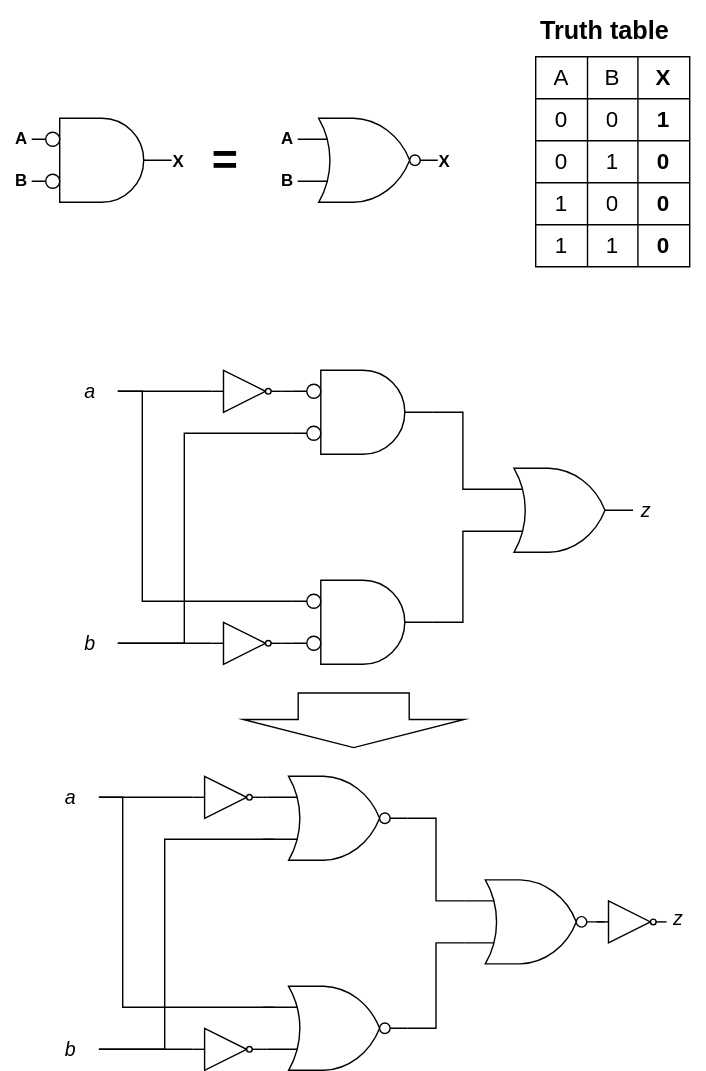
Earlier version of the draw.io export assets/images/2024-03-04-logic-design-2020-1-1d-sol.drawio.svg (hvppycoding/hvppycoding.github.io). Source tidied: cells renumbered, new cells last; positions are measured from the earlier drawing's top-left corner, leaving out a move shared by most shapes.
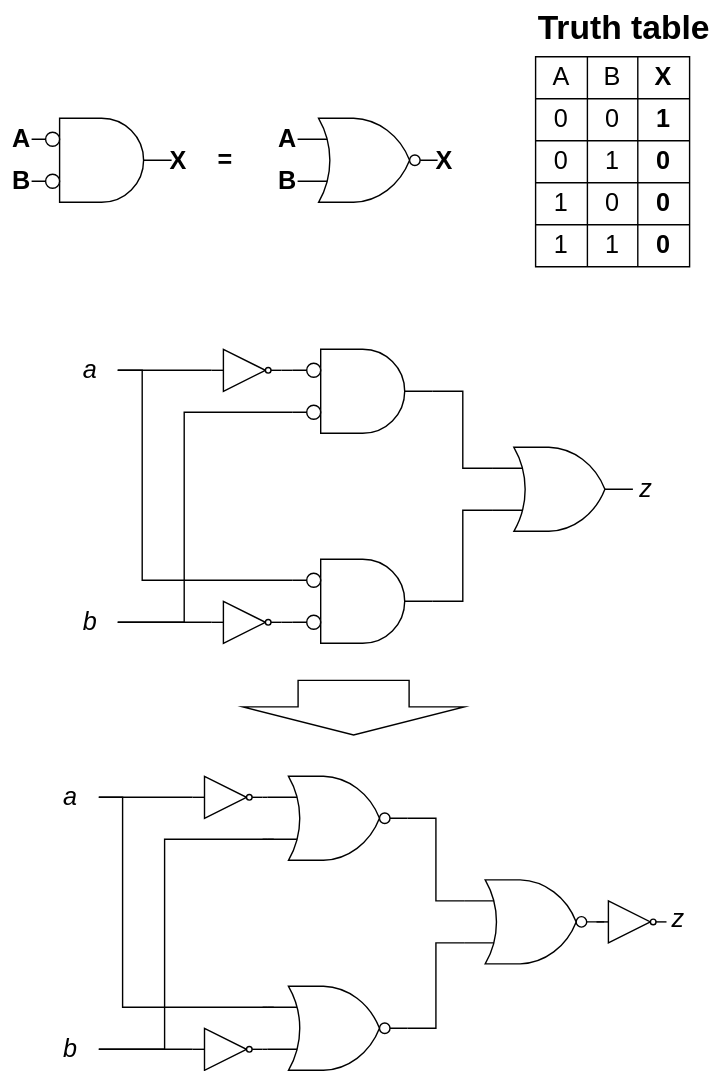
After the change.

What changed in the source:
```diff
@@ -11,3 +11,3 @@
     <mxCell id="4" style="verticalLabelPosition=bottom;shadow=0;dashed=0;align=center;html=1;verticalAlign=top;shape=mxgraph.electrical.logic_gates.logic_gate;operation=and;" parent="1" vertex="1">
-      <mxGeometry x="208.5" y="264" width="100" height="60" as="geometry" />
+      <mxGeometry x="208.5" y="249" width="100" height="60" as="geometry" />
     </mxCell>
@@ -17,6 +17,6 @@
     <mxCell id="6" style="verticalLabelPosition=bottom;shadow=0;dashed=0;align=center;html=1;verticalAlign=top;shape=mxgraph.electrical.logic_gates.logic_gate;operation=and;" parent="1" vertex="1">
-      <mxGeometry x="208.5" y="414" width="100" height="60" as="geometry" />
+      <mxGeometry x="208.5" y="399" width="100" height="60" as="geometry" />
     </mxCell>
     <mxCell id="7" style="verticalLabelPosition=bottom;shadow=0;dashed=0;align=center;html=1;verticalAlign=top;shape=mxgraph.electrical.logic_gates.logic_gate;operation=or;" parent="1" vertex="1">
-      <mxGeometry x="351.5" y="334" width="100" height="60" as="geometry" />
+      <mxGeometry x="351.5" y="319" width="100" height="60" as="geometry" />
     </mxCell>
@@ -28,4 +28,4 @@
         <Array as="points">
-          <mxPoint x="101" y="429" />
-          <mxPoint x="101" y="279" />
+          <mxPoint x="101" y="414" />
+          <mxPoint x="101" y="264" />
         </Array>
@@ -36,4 +36,4 @@
         <Array as="points">
-          <mxPoint x="131" y="309" />
-          <mxPoint x="131" y="459" />
+          <mxPoint x="131" y="294" />
+          <mxPoint x="131" y="444" />
         </Array>
@@ -41,33 +41,33 @@
     </mxCell>
-    <mxCell id="11" value="a" style="text;html=1;align=center;verticalAlign=middle;whiteSpace=wrap;rounded=0;fontSize=14;fontStyle=2;" parent="1" vertex="1">
-      <mxGeometry x="43.5" y="264" width="40" height="30" as="geometry" />
+    <mxCell id="11" value="a" style="text;html=1;align=center;verticalAlign=middle;whiteSpace=wrap;rounded=0;fontSize=18;fontStyle=2;" parent="1" vertex="1">
+      <mxGeometry x="43.5" y="249" width="40" height="30" as="geometry" />
     </mxCell>
-    <mxCell id="12" value="b" style="text;html=1;align=center;verticalAlign=middle;whiteSpace=wrap;rounded=0;fontSize=14;fontStyle=2;" parent="1" vertex="1">
-      <mxGeometry x="43.5" y="444" width="40" height="30" as="geometry" />
+    <mxCell id="12" value="b" style="text;html=1;align=center;verticalAlign=middle;whiteSpace=wrap;rounded=0;fontSize=18;fontStyle=2;" parent="1" vertex="1">
+      <mxGeometry x="43.5" y="429" width="40" height="30" as="geometry" />
     </mxCell>
-    <mxCell id="13" value="&lt;i&gt;z&lt;/i&gt;" style="text;html=1;align=center;verticalAlign=middle;whiteSpace=wrap;rounded=0;fontSize=14;fontStyle=0;" parent="1" vertex="1">
-      <mxGeometry x="440.5" y="349" width="40" height="30" as="geometry" />
+    <mxCell id="13" value="&lt;i style=&quot;font-size: 18px;&quot;&gt;z&lt;/i&gt;" style="text;html=1;align=center;verticalAlign=middle;whiteSpace=wrap;rounded=0;fontSize=18;fontStyle=0;" parent="1" vertex="1">
+      <mxGeometry x="440.5" y="334" width="40" height="30" as="geometry" />
     </mxCell>
     <mxCell id="14" style="verticalLabelPosition=bottom;shadow=0;dashed=0;align=center;html=1;verticalAlign=top;shape=mxgraph.electrical.logic_gates.inverter_2;" parent="1" vertex="1">
-      <mxGeometry x="150.5" y="264" width="50" height="30" as="geometry" />
+      <mxGeometry x="150.5" y="249" width="50" height="30" as="geometry" />
     </mxCell>
     <mxCell id="15" style="verticalLabelPosition=bottom;shadow=0;dashed=0;align=center;html=1;verticalAlign=top;shape=mxgraph.electrical.logic_gates.inverter_2;" parent="1" vertex="1">
-      <mxGeometry x="150.5" y="444" width="50" height="30" as="geometry" />
+      <mxGeometry x="150.5" y="429" width="50" height="30" as="geometry" />
     </mxCell>
     <mxCell id="16" style="ellipse;whiteSpace=wrap;html=1;" parent="1" vertex="1">
-      <mxGeometry x="218.5" y="274" width="10" height="10" as="geometry" />
+      <mxGeometry x="218.5" y="259" width="10" height="10" as="geometry" />
     </mxCell>
-    <mxCell id="17" style="verticalLabelPosition=bottom;shadow=0;dashed=0;align=center;html=1;verticalAlign=top;shape=mxgraph.electrical.logic_gates.logic_gate;operation=or;negating=1;negSize=0.15;" parent="1" vertex="1">
+    <mxCell id="17" style="verticalLabelPosition=bottom;shadow=0;dashed=0;align=center;html=1;verticalAlign=top;shape=mxgraph.electrical.logic_gates.logic_gate;operation=or;negating=1;negSize=0.15;fontSize=18;" parent="1" vertex="1">
       <mxGeometry x="212" y="84" width="100" height="60" as="geometry" />
     </mxCell>
-    <mxCell id="18" style="group;" parent="1" vertex="1">
+    <mxCell id="18" style="group;fontSize=18;" parent="1" vertex="1">
       <mxGeometry x="22" y="84" width="100" height="60" as="geometry" />
     </mxCell>
-    <mxCell id="19" style="verticalLabelPosition=bottom;shadow=0;dashed=0;align=center;html=1;verticalAlign=top;shape=mxgraph.electrical.logic_gates.logic_gate;operation=and;" parent="18" vertex="1">
+    <mxCell id="19" style="verticalLabelPosition=bottom;shadow=0;dashed=0;align=center;html=1;verticalAlign=top;shape=mxgraph.electrical.logic_gates.logic_gate;operation=and;fontSize=18;" parent="18" vertex="1">
       <mxGeometry width="100" height="60" as="geometry" />
     </mxCell>
-    <mxCell id="20" style="ellipse;whiteSpace=wrap;html=1;" parent="18" vertex="1">
+    <mxCell id="20" style="ellipse;whiteSpace=wrap;html=1;fontSize=18;" parent="18" vertex="1">
       <mxGeometry x="10" y="10" width="10" height="10" as="geometry" />
     </mxCell>
-    <mxCell id="21" style="ellipse;whiteSpace=wrap;html=1;" parent="18" vertex="1">
+    <mxCell id="21" style="ellipse;whiteSpace=wrap;html=1;fontSize=18;" parent="18" vertex="1">
       <mxGeometry x="10" y="40" width="10" height="10" as="geometry" />
@@ -75,96 +75,96 @@
     <mxCell id="22" style="ellipse;whiteSpace=wrap;html=1;" parent="1" vertex="1">
-      <mxGeometry x="218.5" y="304" width="10" height="10" as="geometry" />
+      <mxGeometry x="218.5" y="289" width="10" height="10" as="geometry" />
     </mxCell>
     <mxCell id="23" style="ellipse;whiteSpace=wrap;html=1;" parent="1" vertex="1">
-      <mxGeometry x="218.5" y="424" width="10" height="10" as="geometry" />
+      <mxGeometry x="218.5" y="409" width="10" height="10" as="geometry" />
     </mxCell>
     <mxCell id="24" style="ellipse;whiteSpace=wrap;html=1;" parent="1" vertex="1">
-      <mxGeometry x="218.5" y="454" width="10" height="10" as="geometry" />
+      <mxGeometry x="218.5" y="439" width="10" height="10" as="geometry" />
     </mxCell>
-    <mxCell id="25" value="A" style="text;html=1;align=center;verticalAlign=middle;whiteSpace=wrap;rounded=0;fontStyle=1;" parent="1" vertex="1">
+    <mxCell id="25" value="A" style="text;html=1;align=center;verticalAlign=middle;whiteSpace=wrap;rounded=0;fontStyle=1;fontSize=18;" parent="1" vertex="1">
       <mxGeometry y="84" width="30" height="30" as="geometry" />
     </mxCell>
-    <mxCell id="26" value="B" style="text;html=1;align=center;verticalAlign=middle;whiteSpace=wrap;rounded=0;fontStyle=1;" parent="1" vertex="1">
+    <mxCell id="26" value="B" style="text;html=1;align=center;verticalAlign=middle;whiteSpace=wrap;rounded=0;fontStyle=1;fontSize=18;" parent="1" vertex="1">
       <mxGeometry y="114" width="30" height="30" as="geometry" />
     </mxCell>
-    <mxCell id="27" value="X" style="text;html=1;align=center;verticalAlign=middle;whiteSpace=wrap;rounded=0;fontStyle=1;" parent="1" vertex="1">
+    <mxCell id="27" value="X" style="text;html=1;align=center;verticalAlign=middle;whiteSpace=wrap;rounded=0;fontStyle=1;fontSize=18;" parent="1" vertex="1">
       <mxGeometry x="112" y="100" width="30" height="30" as="geometry" />
     </mxCell>
-    <mxCell id="28" value="X" style="text;html=1;align=center;verticalAlign=middle;whiteSpace=wrap;rounded=0;fontStyle=1;" parent="1" vertex="1">
+    <mxCell id="28" value="X" style="text;html=1;align=center;verticalAlign=middle;whiteSpace=wrap;rounded=0;fontStyle=1;fontSize=18;" parent="1" vertex="1">
       <mxGeometry x="302" y="100" width="30" height="30" as="geometry" />
     </mxCell>
-    <mxCell id="29" value="A" style="text;html=1;align=center;verticalAlign=middle;whiteSpace=wrap;rounded=0;fontStyle=1;" parent="1" vertex="1">
+    <mxCell id="29" value="A" style="text;html=1;align=center;verticalAlign=middle;whiteSpace=wrap;rounded=0;fontStyle=1;fontSize=18;" parent="1" vertex="1">
       <mxGeometry x="190" y="84" width="30" height="30" as="geometry" />
     </mxCell>
-    <mxCell id="30" value="B" style="text;html=1;align=center;verticalAlign=middle;whiteSpace=wrap;rounded=0;fontStyle=1;" parent="1" vertex="1">
+    <mxCell id="30" value="B" style="text;html=1;align=center;verticalAlign=middle;whiteSpace=wrap;rounded=0;fontStyle=1;fontSize=18;" parent="1" vertex="1">
       <mxGeometry x="190" y="114" width="30" height="30" as="geometry" />
     </mxCell>
-    <mxCell id="31" style="shape=table;startSize=0;fontSize=16;" parent="1" vertex="1">
+    <mxCell id="31" style="shape=table;startSize=0;fontSize=18;" parent="1" vertex="1">
       <mxGeometry x="382" y="40" width="110" height="150" as="geometry" />
     </mxCell>
-    <mxCell id="32" style="shape=tableRow;horizontal=0;startSize=0;swimlaneHead=0;swimlaneBody=0;strokeColor=inherit;top=0;left=0;bottom=0;right=0;fillColor=none;fontSize=16;" parent="31" vertex="1">
+    <mxCell id="32" style="shape=tableRow;horizontal=0;startSize=0;swimlaneHead=0;swimlaneBody=0;strokeColor=inherit;top=0;left=0;bottom=0;right=0;fillColor=none;fontSize=18;" parent="31" vertex="1">
       <mxGeometry width="110" height="30" as="geometry" />
     </mxCell>
-    <mxCell id="33" value="A" style="shape=partialRectangle;html=1;whiteSpace=wrap;strokeColor=default;overflow=hidden;fillColor=none;top=0;left=0;bottom=0;right=0;fontSize=16;strokeWidth=6;perimeterSpacing=5;" parent="32" vertex="1">
+    <mxCell id="33" value="A" style="shape=partialRectangle;html=1;whiteSpace=wrap;strokeColor=default;overflow=hidden;fillColor=none;top=0;left=0;bottom=0;right=0;fontSize=18;strokeWidth=6;perimeterSpacing=5;" parent="32" vertex="1">
       <mxGeometry width="37" height="30" as="geometry" />
     </mxCell>
-    <mxCell id="34" value="B" style="shape=partialRectangle;html=1;whiteSpace=wrap;strokeColor=inherit;overflow=hidden;fillColor=none;top=0;left=0;bottom=0;right=0;fontSize=16;" parent="32" vertex="1">
+    <mxCell id="34" value="B" style="shape=partialRectangle;html=1;whiteSpace=wrap;strokeColor=inherit;overflow=hidden;fillColor=none;top=0;left=0;bottom=0;right=0;fontSize=18;" parent="32" vertex="1">
       <mxGeometry x="37" width="36" height="30" as="geometry" />
     </mxCell>
-    <mxCell id="35" value="X" style="shape=partialRectangle;html=1;whiteSpace=wrap;strokeColor=inherit;overflow=hidden;fillColor=none;top=0;left=0;bottom=0;right=0;fontSize=16;fontStyle=1;" parent="32" vertex="1">
+    <mxCell id="35" value="X" style="shape=partialRectangle;html=1;whiteSpace=wrap;strokeColor=inherit;overflow=hidden;fillColor=none;top=0;left=0;bottom=0;right=0;fontSize=18;fontStyle=1;" parent="32" vertex="1">
       <mxGeometry x="73" width="37" height="30" as="geometry" />
     </mxCell>
-    <mxCell id="36" style="shape=tableRow;horizontal=0;startSize=0;swimlaneHead=0;swimlaneBody=0;strokeColor=inherit;top=0;left=0;bottom=0;right=0;fillColor=none;fontSize=16;" parent="31" vertex="1">
+    <mxCell id="36" style="shape=tableRow;horizontal=0;startSize=0;swimlaneHead=0;swimlaneBody=0;strokeColor=inherit;top=0;left=0;bottom=0;right=0;fillColor=none;fontSize=18;" parent="31" vertex="1">
       <mxGeometry y="30" width="110" height="30" as="geometry" />
     </mxCell>
-    <mxCell id="37" value="0" style="shape=partialRectangle;html=1;whiteSpace=wrap;strokeColor=inherit;overflow=hidden;fillColor=none;top=0;left=0;bottom=0;right=0;fontSize=16;" parent="36" vertex="1">
+    <mxCell id="37" value="0" style="shape=partialRectangle;html=1;whiteSpace=wrap;strokeColor=inherit;overflow=hidden;fillColor=none;top=0;left=0;bottom=0;right=0;fontSize=18;" parent="36" vertex="1">
       <mxGeometry width="37" height="30" as="geometry" />
     </mxCell>
-    <mxCell id="38" value="0" style="shape=partialRectangle;html=1;whiteSpace=wrap;strokeColor=inherit;overflow=hidden;fillColor=none;top=0;left=0;bottom=0;right=0;fontSize=16;" parent="36" vertex="1">
+    <mxCell id="38" value="0" style="shape=partialRectangle;html=1;whiteSpace=wrap;strokeColor=inherit;overflow=hidden;fillColor=none;top=0;left=0;bottom=0;right=0;fontSize=18;" parent="36" vertex="1">
       <mxGeometry x="37" width="36" height="30" as="geometry" />
     </mxCell>
-    <mxCell id="39" value="1" style="shape=partialRectangle;html=1;whiteSpace=wrap;strokeColor=inherit;overflow=hidden;fillColor=none;top=0;left=0;bottom=0;right=0;fontSize=16;fontStyle=1;" parent="36" vertex="1">
+    <mxCell id="39" value="1" style="shape=partialRectangle;html=1;whiteSpace=wrap;strokeColor=inherit;overflow=hidden;fillColor=none;top=0;left=0;bottom=0;right=0;fontSize=18;fontStyle=1;" parent="36" vertex="1">
       <mxGeometry x="73" width="37" height="30" as="geometry" />
     </mxCell>
-    <mxCell id="40" style="shape=tableRow;horizontal=0;startSize=0;swimlaneHead=0;swimlaneBody=0;strokeColor=inherit;top=0;left=0;bottom=0;right=0;fillColor=none;fontSize=16;" parent="31" vertex="1">
+    <mxCell id="40" style="shape=tableRow;horizontal=0;startSize=0;swimlaneHead=0;swimlaneBody=0;strokeColor=inherit;top=0;left=0;bottom=0;right=0;fillColor=none;fontSize=18;" parent="31" vertex="1">
       <mxGeometry y="60" width="110" height="30" as="geometry" />
     </mxCell>
-    <mxCell id="41" value="0" style="shape=partialRectangle;html=1;whiteSpace=wrap;strokeColor=inherit;overflow=hidden;fillColor=none;top=0;left=0;bottom=0;right=0;fontSize=16;" parent="40" vertex="1">
+    <mxCell id="41" value="0" style="shape=partialRectangle;html=1;whiteSpace=wrap;strokeColor=inherit;overflow=hidden;fillColor=none;top=0;left=0;bottom=0;right=0;fontSize=18;" parent="40" vertex="1">
       <mxGeometry width="37" height="30" as="geometry" />
     </mxCell>
-    <mxCell id="42" value="1" style="shape=partialRectangle;html=1;whiteSpace=wrap;strokeColor=inherit;overflow=hidden;fillColor=none;top=0;left=0;bottom=0;right=0;fontSize=16;" parent="40" vertex="1">
+    <mxCell id="42" value="1" style="shape=partialRectangle;html=1;whiteSpace=wrap;strokeColor=inherit;overflow=hidden;fillColor=none;top=0;left=0;bottom=0;right=0;fontSize=18;" parent="40" vertex="1">
       <mxGeometry x="37" width="36" height="30" as="geometry" />
     </mxCell>
-    <mxCell id="43" value="0" style="shape=partialRectangle;html=1;whiteSpace=wrap;strokeColor=inherit;overflow=hidden;fillColor=none;top=0;left=0;bottom=0;right=0;fontSize=16;fontStyle=1;" parent="40" vertex="1">
+    <mxCell id="43" value="0" style="shape=partialRectangle;html=1;whiteSpace=wrap;strokeColor=inherit;overflow=hidden;fillColor=none;top=0;left=0;bottom=0;right=0;fontSize=18;fontStyle=1;" parent="40" vertex="1">
       <mxGeometry x="73" width="37" height="30" as="geometry" />
     </mxCell>
-    <mxCell id="44" style="shape=tableRow;horizontal=0;startSize=0;swimlaneHead=0;swimlaneBody=0;strokeColor=inherit;top=0;left=0;bottom=0;right=0;fillColor=none;fontSize=16;" parent="31" vertex="1">
+    <mxCell id="44" style="shape=tableRow;horizontal=0;startSize=0;swimlaneHead=0;swimlaneBody=0;strokeColor=inherit;top=0;left=0;bottom=0;right=0;fillColor=none;fontSize=18;" parent="31" vertex="1">
       <mxGeometry y="90" width="110" height="30" as="geometry" />
     </mxCell>
-    <mxCell id="45" value="1" style="shape=partialRectangle;html=1;whiteSpace=wrap;strokeColor=inherit;overflow=hidden;fillColor=none;top=0;left=0;bottom=0;right=0;fontSize=16;" parent="44" vertex="1">
+    <mxCell id="45" value="1" style="shape=partialRectangle;html=1;whiteSpace=wrap;strokeColor=inherit;overflow=hidden;fillColor=none;top=0;left=0;bottom=0;right=0;fontSize=18;" parent="44" vertex="1">
       <mxGeometry width="37" height="30" as="geometry" />
     </mxCell>
-    <mxCell id="46" value="0" style="shape=partialRectangle;html=1;whiteSpace=wrap;strokeColor=inherit;overflow=hidden;fillColor=none;top=0;left=0;bottom=0;right=0;fontSize=16;" parent="44" vertex="1">
+    <mxCell id="46" value="0" style="shape=partialRectangle;html=1;whiteSpace=wrap;strokeColor=inherit;overflow=hidden;fillColor=none;top=0;left=0;bottom=0;right=0;fontSize=18;" parent="44" vertex="1">
       <mxGeometry x="37" width="36" height="30" as="geometry" />
     </mxCell>
-    <mxCell id="47" value="0" style="shape=partialRectangle;html=1;whiteSpace=wrap;strokeColor=inherit;overflow=hidden;fillColor=none;top=0;left=0;bottom=0;right=0;fontSize=16;fontStyle=1;" parent="44" vertex="1">
+    <mxCell id="47" value="0" style="shape=partialRectangle;html=1;whiteSpace=wrap;strokeColor=inherit;overflow=hidden;fillColor=none;top=0;left=0;bottom=0;right=0;fontSize=18;fontStyle=1;" parent="44" vertex="1">
       <mxGeometry x="73" width="37" height="30" as="geometry" />
     </mxCell>
-    <mxCell id="48" style="shape=tableRow;horizontal=0;startSize=0;swimlaneHead=0;swimlaneBody=0;strokeColor=inherit;top=0;left=0;bottom=0;right=0;fillColor=none;fontSize=16;" parent="31" vertex="1">
+    <mxCell id="48" style="shape=tableRow;horizontal=0;startSize=0;swimlaneHead=0;swimlaneBody=0;strokeColor=inherit;top=0;left=0;bottom=0;right=0;fillColor=none;fontSize=18;" parent="31" vertex="1">
       <mxGeometry y="120" width="110" height="30" as="geometry" />
     </mxCell>
-    <mxCell id="49" value="1" style="shape=partialRectangle;html=1;whiteSpace=wrap;strokeColor=inherit;overflow=hidden;fillColor=none;top=0;left=0;bottom=0;right=0;fontSize=16;" parent="48" vertex="1">
+    <mxCell id="49" value="1" style="shape=partialRectangle;html=1;whiteSpace=wrap;strokeColor=inherit;overflow=hidden;fillColor=none;top=0;left=0;bottom=0;right=0;fontSize=18;" parent="48" vertex="1">
       <mxGeometry width="37" height="30" as="geometry" />
     </mxCell>
-    <mxCell id="50" value="1" style="shape=partialRectangle;html=1;whiteSpace=wrap;strokeColor=inherit;overflow=hidden;fillColor=none;top=0;left=0;bottom=0;right=0;fontSize=16;" parent="48" vertex="1">
+    <mxCell id="50" value="1" style="shape=partialRectangle;html=1;whiteSpace=wrap;strokeColor=inherit;overflow=hidden;fillColor=none;top=0;left=0;bottom=0;right=0;fontSize=18;" parent="48" vertex="1">
       <mxGeometry x="37" width="36" height="30" as="geometry" />
     </mxCell>
-    <mxCell id="51" value="0" style="shape=partialRectangle;html=1;whiteSpace=wrap;strokeColor=inherit;overflow=hidden;fillColor=none;top=0;left=0;bottom=0;right=0;fontSize=16;fontStyle=1;" parent="48" vertex="1">
+    <mxCell id="51" value="0" style="shape=partialRectangle;html=1;whiteSpace=wrap;strokeColor=inherit;overflow=hidden;fillColor=none;top=0;left=0;bottom=0;right=0;fontSize=18;fontStyle=1;" parent="48" vertex="1">
       <mxGeometry x="73" width="37" height="30" as="geometry" />
     </mxCell>
-    <mxCell id="52" value="=" style="text;strokeColor=none;fillColor=none;html=1;fontSize=32;fontStyle=1;verticalAlign=middle;align=center;" parent="1" vertex="1">
+    <mxCell id="52" value="=" style="text;strokeColor=none;fillColor=none;html=1;fontSize=18;fontStyle=1;verticalAlign=middle;align=center;" parent="1" vertex="1">
       <mxGeometry x="130" y="94" width="60" height="40" as="geometry" />
     </mxCell>
-    <mxCell id="53" value="&lt;font style=&quot;font-size: 18px;&quot;&gt;Truth table&lt;/font&gt;" style="text;strokeColor=none;fillColor=none;html=1;fontSize=24;fontStyle=1;verticalAlign=middle;align=center;" parent="1" vertex="1">
-      <mxGeometry x="380.5" width="100" height="40" as="geometry" />
+    <mxCell id="53" value="&lt;font style=&quot;font-size: 24px;&quot;&gt;Truth table&lt;/font&gt;" style="text;strokeColor=none;fillColor=none;html=1;fontSize=24;fontStyle=1;verticalAlign=middle;align=left;" parent="1" vertex="1">
+      <mxGeometry x="381.5" width="102" height="40" as="geometry" />
     </mxCell>
@@ -210,6 +210,6 @@
     </mxCell>
-    <mxCell id="62" value="a" style="text;html=1;align=center;verticalAlign=middle;whiteSpace=wrap;rounded=0;fontSize=14;fontStyle=2;" parent="1" vertex="1">
+    <mxCell id="62" value="a" style="text;html=1;align=center;verticalAlign=middle;whiteSpace=wrap;rounded=0;fontSize=18;fontStyle=2;" parent="1" vertex="1">
       <mxGeometry x="30" y="554" width="40" height="30" as="geometry" />
     </mxCell>
-    <mxCell id="63" value="b" style="text;html=1;align=center;verticalAlign=middle;whiteSpace=wrap;rounded=0;fontSize=14;fontStyle=2;" parent="1" vertex="1">
+    <mxCell id="63" value="b" style="text;html=1;align=center;verticalAlign=middle;whiteSpace=wrap;rounded=0;fontSize=18;fontStyle=2;" parent="1" vertex="1">
       <mxGeometry x="30" y="734" width="40" height="30" as="geometry" />
@@ -237,6 +237,6 @@
     </mxCell>
-    <mxCell id="71" style="verticalLabelPosition=bottom;shadow=0;dashed=0;align=center;html=1;verticalAlign=top;shape=mxgraph.electrical.logic_gates.inverter_2;" parent="1" vertex="1">
+    <mxCell id="71" style="verticalLabelPosition=bottom;shadow=0;dashed=0;align=center;html=1;verticalAlign=top;shape=mxgraph.electrical.logic_gates.inverter_2;fontSize=18;" parent="1" vertex="1">
       <mxGeometry x="425.5" y="643" width="50" height="30" as="geometry" />
     </mxCell>
-    <mxCell id="72" value="&lt;i&gt;z&lt;/i&gt;" style="text;html=1;align=center;verticalAlign=middle;whiteSpace=wrap;rounded=0;fontSize=14;fontStyle=0;" parent="1" vertex="1">
+    <mxCell id="72" value="&lt;i style=&quot;font-size: 18px;&quot;&gt;z&lt;/i&gt;" style="text;html=1;align=center;verticalAlign=middle;whiteSpace=wrap;rounded=0;fontSize=18;fontStyle=0;" parent="1" vertex="1">
       <mxGeometry x="464" y="641" width="40" height="30" as="geometry" />
@@ -245,4 +245,4 @@
       <mxGeometry relative="1" as="geometry">
-        <mxPoint x="252" y="494" as="sourcePoint" />
-        <mxPoint x="252" y="534" as="targetPoint" />
+        <mxPoint x="252" y="485" as="sourcePoint" />
+        <mxPoint x="252" y="525" as="targetPoint" />
       </mxGeometry>
```
